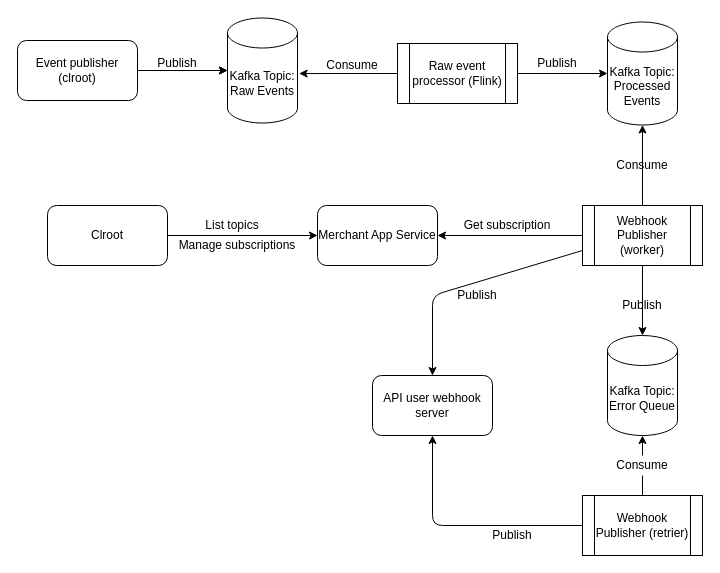
Before: images/Untitled Diagram.drawio in ChengJoyceJi/ChengJoyceJi.github.io, a draw.io diagram. Source tidied: cells renumbered, new cells numbered last; positions are measured from the earlier drawing's top-left corner, leaving out a move shared by most shapes. Both pictures are drawn from the tidied source at 100%, with x=0, y=0 at pixel (17, 17).
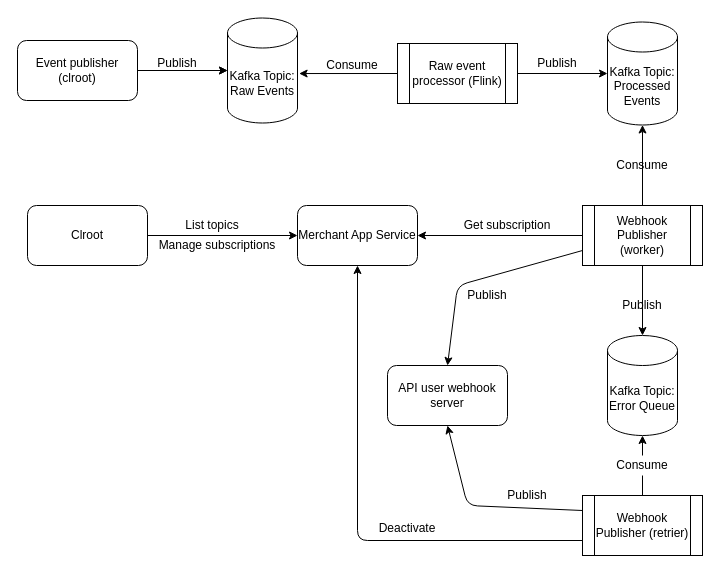
The same page after the edit.

Unchanged cells that the change refers to:
```xml
<mxCell id="11" value="Webhook Publisher (worker)" style="shape=process;whiteSpace=wrap;html=1;backgroundOutline=1;" parent="1" vertex="1">
  <mxGeometry x="565" y="188" width="120" height="60" as="geometry" />
</mxCell>
<mxCell id="26" value="Webhook Publisher (retrier)" style="shape=process;whiteSpace=wrap;html=1;backgroundOutline=1;labelBackgroundColor=none;gradientColor=none;fillColor=none;" parent="1" vertex="1">
  <mxGeometry x="565" y="478" width="120" height="60" as="geometry" />
</mxCell>
```

What changed in the source:
```diff
@@
     <mxCell id="14" value="Merchant App Service" style="rounded=1;whiteSpace=wrap;html=1;" parent="1" vertex="1">
-      <mxGeometry x="300" y="188" width="120" height="60" as="geometry" />
+      <mxGeometry x="280" y="188" width="120" height="60" as="geometry" />
     </mxCell>
@@
     <mxCell id="19" value="Clroot" style="rounded=1;whiteSpace=wrap;html=1;" parent="1" vertex="1">
-      <mxGeometry x="30" y="188" width="120" height="60" as="geometry" />
+      <mxGeometry x="10" y="188" width="120" height="60" as="geometry" />
     </mxCell>
@@
     <mxCell id="21" value="Manage subscriptions" style="text;html=1;strokeColor=none;fillColor=none;align=center;verticalAlign=middle;whiteSpace=wrap;rounded=0;" parent="1" vertex="1">
-      <mxGeometry x="160" y="218" width="120" height="20" as="geometry" />
+      <mxGeometry x="140" y="218" width="120" height="20" as="geometry" />
     </mxCell>
     <mxCell id="22" value="List topics" style="text;html=1;strokeColor=none;fillColor=none;align=center;verticalAlign=middle;whiteSpace=wrap;rounded=0;" parent="1" vertex="1">
-      <mxGeometry x="180" y="198" width="70" height="20" as="geometry" />
+      <mxGeometry x="160" y="198" width="70" height="20" as="geometry" />
     </mxCell>
     <mxCell id="23" value="API user webhook server" style="rounded=1;whiteSpace=wrap;html=1;" parent="1" vertex="1">
-      <mxGeometry x="355" y="358" width="120" height="60" as="geometry" />
+      <mxGeometry x="370" y="348" width="120" height="60" as="geometry" />
     </mxCell>
@@
-    <mxCell id="28" style="endArrow=classic;html=1;entryX=0.5;entryY=1;entryDx=0;entryDy=0;exitX=0;exitY=0.5;exitDx=0;exitDy=0;" parent="1" edge="1" source="26" target="23">
+    <mxCell id="28" style="endArrow=classic;html=1;entryX=0.5;entryY=1;entryDx=0;entryDy=0;exitX=0;exitY=0.25;exitDx=0;exitDy=0;" parent="1" edge="1" source="26" target="23">
       <mxGeometry relative="1" as="geometry">
         <Array as="points">
-          <mxPoint x="415" y="508" />
+          <mxPoint x="450" y="488" />
         </Array>
       </mxGeometry>
     </mxCell>
     <mxCell id="29" value="Publish" style="text;html=1;strokeColor=none;fillColor=none;align=center;verticalAlign=middle;whiteSpace=wrap;rounded=0;labelBackgroundColor=none;" parent="1" vertex="1">
-      <mxGeometry x="475" y="508" width="40" height="20" as="geometry" />
+      <mxGeometry x="490" y="468" width="40" height="20" as="geometry" />
     </mxCell>
@@
     <mxCell id="31" style="endArrow=classic;html=1;entryX=0.5;entryY=0;entryDx=0;entryDy=0;exitX=0;exitY=0.75;exitDx=0;exitDy=0;" parent="1" edge="1" source="11" target="23">
       <mxGeometry relative="1" as="geometry">
         <Array as="points">
-          <mxPoint x="415" y="278" />
+          <mxPoint x="440" y="268" />
         </Array>
       </mxGeometry>
     </mxCell>
@@
     <mxCell id="34" value="Publish" style="text;html=1;strokeColor=none;fillColor=none;align=center;verticalAlign=middle;whiteSpace=wrap;rounded=0;shadow=0;labelBackgroundColor=none;" parent="1" vertex="1">
-      <mxGeometry x="440" y="268" width="40" height="20" as="geometry" />
+      <mxGeometry x="450" y="268" width="40" height="20" as="geometry" />
     </mxCell>
+    <mxCell id="35" style="endArrow=classic;html=1;exitX=0;exitY=0.75;exitDx=0;exitDy=0;entryX=0.5;entryY=1;entryDx=0;entryDy=0;" parent="1" edge="1" source="26" target="14">
+      <mxGeometry relative="1" as="geometry">
+        <Array as="points">
+          <mxPoint x="340" y="523" />
+        </Array>
+      </mxGeometry>
+    </mxCell>
+    <mxCell id="36" value="Deactivate" style="text;html=1;strokeColor=none;fillColor=none;align=center;verticalAlign=middle;whiteSpace=wrap;rounded=0;" parent="1" vertex="1">
+      <mxGeometry x="370" y="501" width="40" height="20" as="geometry" />
+    </mxCell>
```
